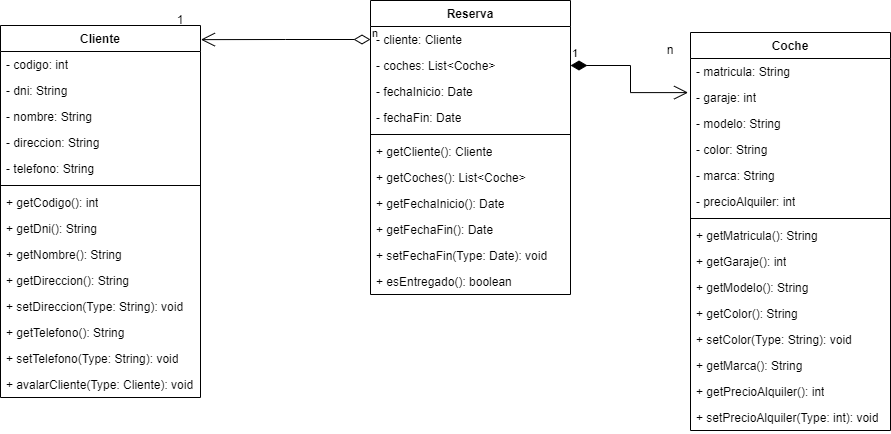
Before: unidad-4/Class-Diagram-Maxi/automoviles-maxi.png, a diagram exported from draw.io (mackstm/ets). Source tidied: cells renumbered, new cells last; positions are measured from the earlier drawing's top-left corner, leaving out a move shared by most shapes.
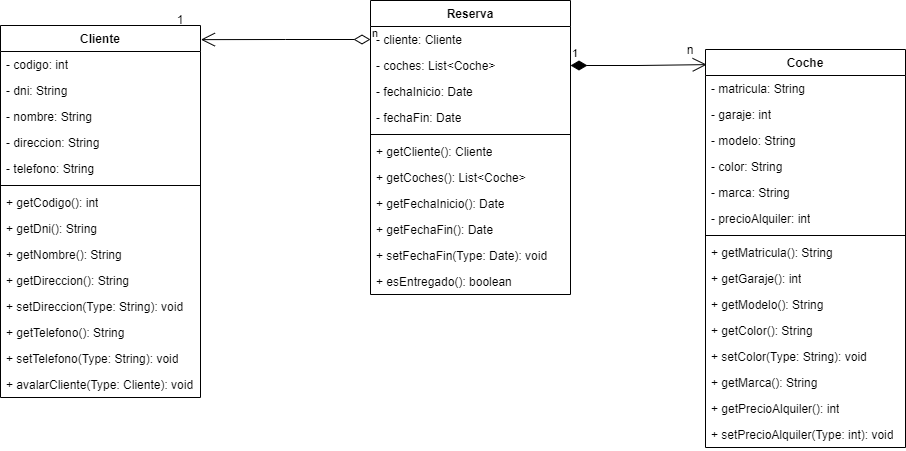
After the commit.

Diff of the diagram source:
```diff
@@ -84,7 +84,7 @@
       <mxGeometry y="268" width="200" height="26" as="geometry" />
     </mxCell>
     <mxCell id="29" value="Coche" style="swimlane;fontStyle=1;align=center;verticalAlign=top;horizontal=1;startSize=26;whiteSpace=wrap;html=1;" parent="1" vertex="1">
-      <mxGeometry x="690" y="32" width="200" height="398" as="geometry" />
+      <mxGeometry x="705" y="49" width="200" height="398" as="geometry" />
     </mxCell>
     <mxCell id="30" value="- matricula: String" style="text;strokeColor=none;fillColor=none;align=left;verticalAlign=top;spacingLeft=4;spacingRight=4;overflow=hidden;whiteSpace=wrap;html=1;" parent="29" vertex="1">
       <mxGeometry y="26" width="200" height="26" as="geometry" />
@@ -137,11 +137,11 @@
     <mxCell id="46" value="1" style="text;html=1;strokeColor=none;fillColor=none;align=center;verticalAlign=middle;whiteSpace=wrap;rounded=0;" parent="1" vertex="1">
       <mxGeometry x="150" y="5" width="60" height="30" as="geometry" />
     </mxCell>
-    <mxCell id="47" value="1" style="endArrow=open;html=1;endSize=12;startArrow=diamondThin;startSize=14;startFill=1;edgeStyle=orthogonalEdgeStyle;align=left;verticalAlign=bottom;rounded=0;exitX=1;exitY=0.5;exitDx=0;exitDy=0;entryX=-0.012;entryY=0.151;entryDx=0;entryDy=0;entryPerimeter=0;" parent="1" edge="1" source="19" target="29">
+    <mxCell id="47" value="1" style="endArrow=open;html=1;endSize=12;startArrow=diamondThin;startSize=14;startFill=1;edgeStyle=orthogonalEdgeStyle;align=left;verticalAlign=bottom;rounded=0;exitX=1;exitY=0.5;exitDx=0;exitDy=0;entryX=0.006;entryY=0.038;entryDx=0;entryDy=0;entryPerimeter=0;" parent="1" edge="1" source="19" target="29">
       <mxGeometry x="-1" y="3" relative="1" as="geometry" />
     </mxCell>
     <mxCell id="48" value="n" style="text;html=1;strokeColor=none;fillColor=none;align=center;verticalAlign=middle;whiteSpace=wrap;rounded=0;" parent="1" vertex="1">
-      <mxGeometry x="640" y="35" width="60" height="30" as="geometry" />
+      <mxGeometry x="660" y="35" width="60" height="30" as="geometry" />
     </mxCell>
   </root>
 </mxGraphModel>
```
